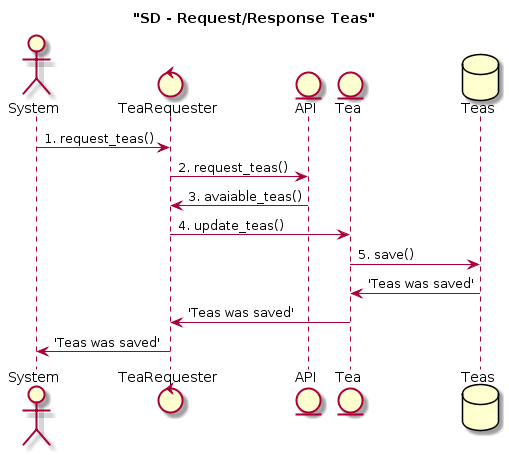
This is uml/request-response-tea.png from TomazMartins/tea-store, a PlantUML export, as it was before one commit. Its diagram source:
```plantuml
@startuml
title "SD - Request/Response Teas"

actor System
control TeaRequester
entity API
entity Tea
database Teas

System -> TeaRequester : 1. request_teas()
TeaRequester -> API : 2. request_teas()
API -> TeaRequester : 3. avaiable_teas()
TeaRequester -> Tea : 4. update_teas()
Tea -> Teas : 5. save()
Teas -> Tea : 'Teas was saved'
Tea -> TeaRequester : 'Teas was saved'
TeaRequester -> System : 'Teas was saved'
@enduml
```
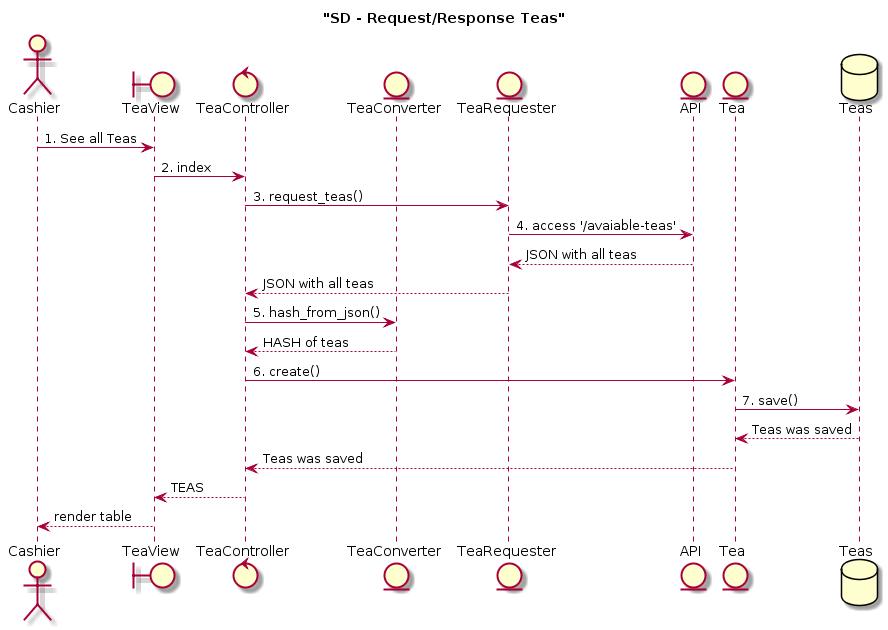
After the commit.

What changed in the source:
```diff
@@ -1,18 +1,27 @@
 @startuml
 title "SD - Request/Response Teas"
 
-actor System
-control TeaRequester
+actor Cashier
+boundary TeaView
+control TeaController
+entity TeaConverter
+entity TeaRequester
 entity API
 entity Tea
 database Teas
 
-System -> TeaRequester : 1. request_teas()
-TeaRequester -> API : 2. request_teas()
-API -> TeaRequester : 3. avaiable_teas()
-TeaRequester -> Tea : 4. update_teas()
-Tea -> Teas : 5. save()
-Teas -> Tea : 'Teas was saved'
-Tea -> TeaRequester : 'Teas was saved'
-TeaRequester -> System : 'Teas was saved'
+Cashier -> TeaView : 1. See all Teas
+TeaView -> TeaController : 2. index
+TeaController -> TeaRequester : 3. request_teas()
+TeaRequester -> API : 4. access '/avaiable-teas'
+API --> TeaRequester : JSON with all teas
+TeaRequester --> TeaController : JSON with all teas
+TeaController -> TeaConverter : 5. hash_from_json()
+TeaConverter --> TeaController: HASH of teas
+TeaController -> Tea : 6. create()
+Tea -> Teas : 7. save()
+Teas --> Tea : Teas was saved
+Tea --> TeaController : Teas was saved
+TeaController --> TeaView : TEAS
+TeaView --> Cashier : render table
 @enduml
```
